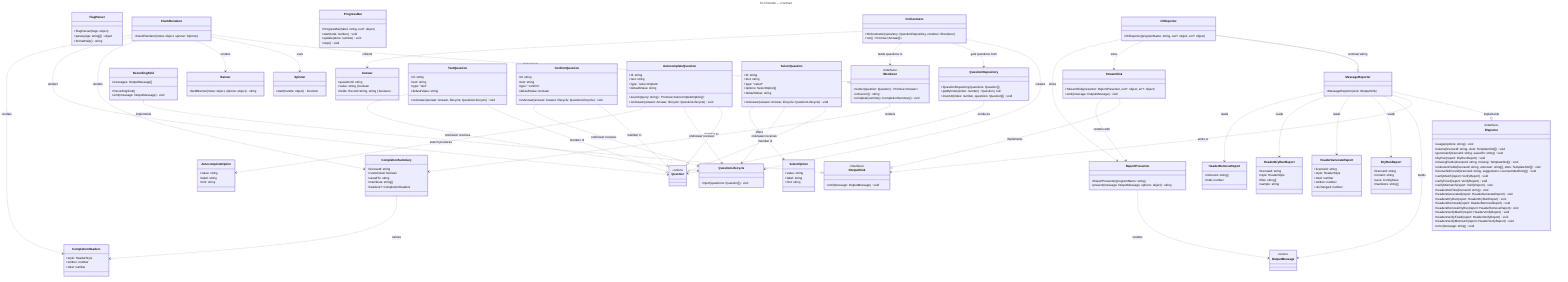
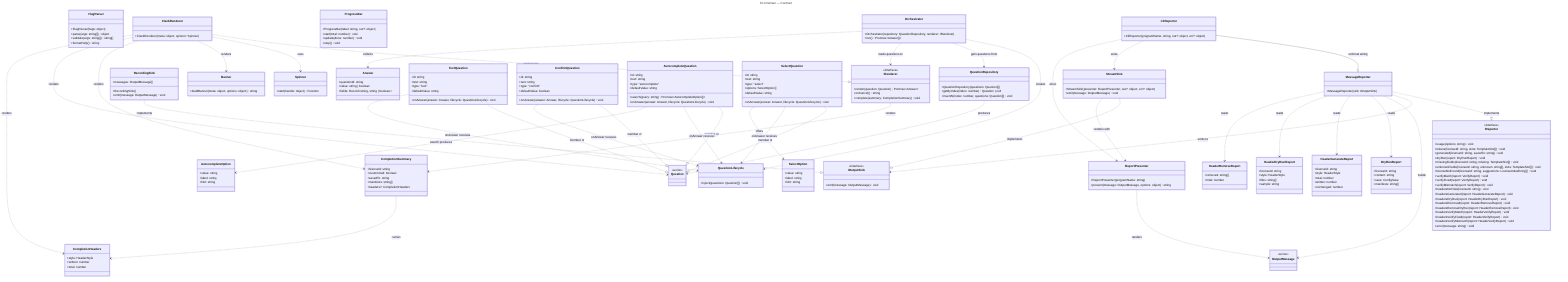
---
title: CLI Domain — Contract
---
classDiagram
  direction TB

  %% Domain: CLI (src/cli)
  %% Focused per-domain view extracted from ../class-diagram.mmd.
  %% Shows ONLY CLI-domain classes and their intra-domain relationships.
  %% Cross-domain relationships (LicenseWizard creates these; CliReporter renders
  %% Licensing/Verify/Headers reports) are intentionally omitted — see
  %% ../class-diagram.mmd for the full picture.
  %%
  %% FlagParser and ProgressBar belong to this domain but have no intra-domain
  %% relationships; they collaborate only with the bootstrap (LicenseWizard).

  class FlagParser {
    +FlagParser(flags: object)
    +parse(args: string[]) object
+     +validate(args: string[]) string[]
    +formatHelp() string
  }

  class Orchestrator {
    +Orchestrator(repository: QuestionRepository, renderer: IRenderer)
    +run() Promise~Answer[]~
  }

  class IRenderer {
    <<interface>>
    +render(question: Question) Promise~Answer~
    +onCancel() string
    +complete(summary: CompletionSummary) void
  }

  class CompletionSummary {
    +licenseId: string
    +customized: boolean
    +savedTo: string
    +manifests: string[]
    +headers?: CompletionHeaders
  }

  class CompletionHeaders {
    +style: HeaderStyle
    +written: number
    +total: number
  }

  class ProgressBar {
    +ProgressBar(label: string, out?: object)
    +start(total: number) void
    +update(done: number) void
    +stop() void
  }

  class ClackRenderer {
    +ClackRenderer(meta: object, spinner: Spinner)
  }

  class IReporter {
    <<interface>>
    +usage(options: string) void
    +tokens(licenseId: string, slots: TemplateSlot[]) void
    +generated(licenseId: string, savedTo: string) void
    +dryRun(report: DryRunReport) void
    +missingFields(licenseId: string, missing: TemplateSlot[]) void
    +unknownFields(licenseId: string, unknown: string[], slots: TemplateSlot[]) void
    +licenseNotFound(licenseId: string, suggestions: LicenseIndexEntry[]) void
    +verifyMatch(report: VerifyReport) void
    +verifyFixed(report: VerifyReport) void
    +verifyMismatch(report: VerifyReport) void
    +headersNoFiles(licenseId: string) void
    +headersGenerated(report: HeaderGenerateReport) void
    +headersDryRun(report: HeaderDryRunReport) void
    +headersRemoved(report: HeaderRemoveReport) void
    +headersRemoveDryRun(report: HeaderRemoveReport) void
    +headersVerifyMatch(report: HeaderVerifyReport) void
    +headersVerifyFixed(report: HeaderVerifyReport) void
    +headersVerifyMismatch(report: HeaderVerifyReport) void
    +error(message: string) void
  }

  class HeaderGenerateReport {
    +licenseId: string
    +style: HeaderStyle
    +total: number
    +written: number
    +unchanged: number
  }

  class HeaderDryRunReport {
    +licenseId: string
    +style: HeaderStyle
    +files: string[]
    +sample: string
  }

  class HeaderRemoveReport {
    +removed: string[]
    +total: number
  }

  class DryRunReport {
    +licenseId: string
    +content: string
    +save: ConfigSave
    +manifests: string[]
  }

  class MessageReporter {
    +MessageReporter(sink: IOutputSink)
  }

  class CliReporter {
    +CliReporter(programName: string, out?: object, err?: object)
  }

  class IOutputSink {
    <<interface>>
    +emit(message: OutputMessage) void
  }

  class StreamSink {
    +StreamSink(presenter: ReportPresenter, out?: object, err?: object)
    +emit(message: OutputMessage) void
  }

  class RecordingSink {
    +RecordingSink()
    +emit(message: OutputMessage) void
    +messages: OutputMessage[]
  }

  class ReportPresenter {
    +ReportPresenter(programName: string)
    +present(message: OutputMessage, options: object) string
  }

  class OutputMessage {
    <<union>>
  }

  class Banner {
    +buildBanner(meta: object, options: object) string
  }

  class Spinner {
    +start(handle: object) Function
  }

  class QuestionRepository {
    +QuestionRepository(questions: Question[])
    +getByIndex(index: number) Question | null
    +insertAt(index: number, questions: Question[]) void
  }

  class QuestionLifecycle {
    +inject(questions: Question[]) void
  }

  class Question {
    <<union>>
  }

  class TextQuestion {
    +id: string
    +text: string
    +type: "text"
    +defaultValue: string
    +onAnswer(answer: Answer, lifecycle: QuestionLifecycle) void
  }

  class ConfirmQuestion {
    +id: string
    +text: string
    +type: "confirm"
    +defaultValue: boolean
    +onAnswer(answer: Answer, lifecycle: QuestionLifecycle) void
  }

  class AutocompleteQuestion {
    +id: string
    +text: string
    +type: "autocomplete"
    +defaultValue: string
    +search(query: string) Promise~AutocompleteOption[]~
    +onAnswer(answer: Answer, lifecycle: QuestionLifecycle) void
  }

  class AutocompleteOption {
    +value: string
    +label: string
    +hint: string
  }

  class SelectQuestion {
    +id: string
    +text: string
    +type: "select"
    +options: SelectOption[]
    +defaultValue: string
    +onAnswer(answer: Answer, lifecycle: QuestionLifecycle) void
  }

  class SelectOption {
    +value: string
    +label: string
    +hint: string
  }

  class Answer {
    +questionId: string
    +value: string | boolean
    +fields: Record~string, string | boolean~
  }

  TextQuestion ..|> Question : member of
  ConfirmQuestion ..|> Question : member of
  AutocompleteQuestion ..|> Question : member of
  SelectQuestion ..|> Question : member of
  TextQuestion ..> QuestionLifecycle : onAnswer receives
  ConfirmQuestion ..> QuestionLifecycle : onAnswer receives
  AutocompleteQuestion ..> QuestionLifecycle : onAnswer receives
  SelectQuestion ..> QuestionLifecycle : onAnswer receives
  SelectQuestion ..> SelectOption : offers
  Orchestrator ..> QuestionLifecycle : creates
  Orchestrator ..> QuestionRepository : gets questions from
  Orchestrator ..> IRenderer : feeds questions to
  Orchestrator ..> Answer : collects
  ClackRenderer ..|> IRenderer : implements
  ClackRenderer ..> Spinner : uses
  ClackRenderer ..> Banner : renders
  ClackRenderer ..> CompletionSummary : renders
  ClackRenderer ..> Question : renders
  ClackRenderer ..> CompletionHeaders : renders
  IRenderer ..> CompletionSummary : renders
  CompletionSummary ..> CompletionHeaders : carries
  MessageReporter ..|> IReporter : implements
  CliReporter --|> MessageReporter : terminal wiring
  MessageReporter ..> IOutputSink : emits to
  MessageReporter ..> OutputMessage : builds
  MessageReporter ..> DryRunReport : reads
  MessageReporter ..> HeaderGenerateReport : reads
  MessageReporter ..> HeaderDryRunReport : reads
  MessageReporter ..> HeaderRemoveReport : reads
  StreamSink ..|> IOutputSink : implements
  RecordingSink ..|> IOutputSink : implements
  StreamSink ..> ReportPresenter : renders with
  ReportPresenter ..> OutputMessage : renders
  CliReporter ..> StreamSink : wires
  CliReporter ..> ReportPresenter : wires
  QuestionRepository ..> Question : produces
  AutocompleteQuestion ..> AutocompleteOption : search produces
